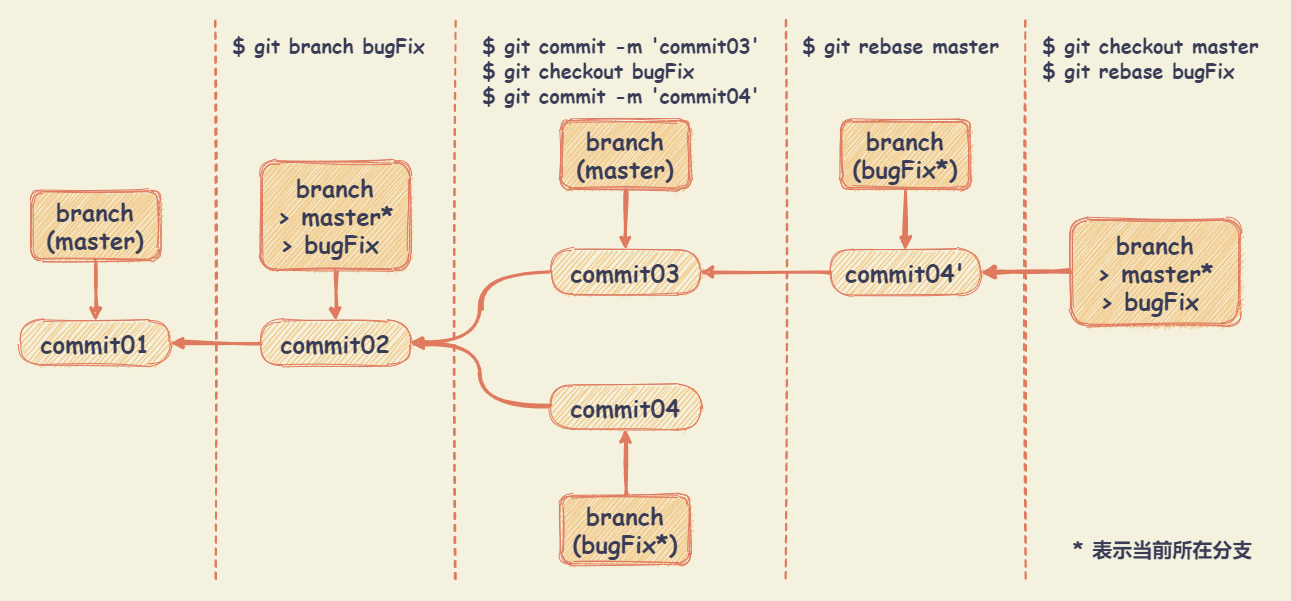
The draw.io diagram docs/git/files/images/gitrebase.drawio.png in lrh21g/blogs, before a commit. Source tidied: cells renumbered, new cells last; positions are measured from the earlier drawing's top-left corner, leaving out a move shared by most shapes. Source of this version:
```xml
<mxGraphModel background="#F4F1DE">
  <root>
    <mxCell id="0" />
    <mxCell id="1" parent="0" />
    <mxCell id="2" style="rounded=0;whiteSpace=wrap;html=1;sketch=1;fontSize=20;fontColor=#393C56;fillColor=none;strokeColor=none;" parent="1" vertex="1">
      <mxGeometry width="1290" height="600" as="geometry" />
    </mxCell>
    <mxCell id="3" value="commit01" style="whiteSpace=wrap;html=1;shadow=0;strokeColor=#E07A5F;fillColor=#F2CC8F;fontColor=#393C56;arcSize=50;fontFamily=Comic Sans MS;fontSize=24;fontStyle=1;sketch=1;rounded=1;" parent="1" vertex="1">
      <mxGeometry x="20" y="320" width="150" height="45" as="geometry" />
    </mxCell>
    <mxCell id="4" style="edgeStyle=orthogonalEdgeStyle;jettySize=auto;html=1;strokeColor=#E07A5F;fillColor=#F2CC8F;fontFamily=Comic Sans MS;fontSize=24;fontColor=#393C56;strokeWidth=3;labelBackgroundColor=#F4F1DE;sketch=1;curved=1;" parent="1" edge="1" source="5" target="3">
      <mxGeometry relative="1" as="geometry" />
    </mxCell>
    <mxCell id="5" value="commit02" style="whiteSpace=wrap;html=1;shadow=0;strokeColor=#E07A5F;fillColor=#F2CC8F;fontColor=#393C56;arcSize=50;fontFamily=Comic Sans MS;fontSize=24;fontStyle=1;sketch=1;rounded=1;" parent="1" vertex="1">
      <mxGeometry x="260" y="320" width="150" height="45" as="geometry" />
    </mxCell>
    <mxCell id="6" style="edgeStyle=orthogonalEdgeStyle;jettySize=auto;html=1;strokeColor=#E07A5F;strokeWidth=3;fillColor=#F2CC8F;fontFamily=Comic Sans MS;fontSize=24;fontColor=#393C56;entryX=1;entryY=0.5;entryDx=0;entryDy=0;labelBackgroundColor=#F4F1DE;sketch=1;curved=1;" parent="1" edge="1" source="7" target="5">
      <mxGeometry relative="1" as="geometry" />
    </mxCell>
    <mxCell id="7" value="commit03" style="whiteSpace=wrap;html=1;shadow=0;strokeColor=#E07A5F;fillColor=#F2CC8F;fontColor=#393C56;arcSize=50;fontFamily=Comic Sans MS;fontSize=24;fontStyle=1;sketch=1;rounded=1;" parent="1" vertex="1">
      <mxGeometry x="550" y="249" width="150" height="45" as="geometry" />
    </mxCell>
    <mxCell id="8" style="edgeStyle=orthogonalEdgeStyle;jettySize=auto;html=1;strokeColor=#E07A5F;strokeWidth=3;fillColor=#F2CC8F;fontFamily=Comic Sans MS;fontSize=24;fontColor=#393C56;labelBackgroundColor=#F4F1DE;sketch=1;curved=1;" parent="1" edge="1" source="9" target="5">
      <mxGeometry relative="1" as="geometry" />
    </mxCell>
    <mxCell id="9" value="branch&lt;br&gt;&amp;gt; master*&lt;br&gt;&amp;gt; bugFix&amp;nbsp;" style="shape=ext;double=1;whiteSpace=wrap;html=1;shadow=0;strokeColor=#E07A5F;fillColor=#F2CC8F;fontFamily=Comic Sans MS;fontSize=24;fontColor=#393C56;fontStyle=1;sketch=1;rounded=1;" parent="1" vertex="1">
      <mxGeometry x="260" y="160" width="150" height="110" as="geometry" />
    </mxCell>
    <mxCell id="10" style="edgeStyle=orthogonalEdgeStyle;jettySize=auto;html=1;strokeColor=#E07A5F;strokeWidth=3;fillColor=#F2CC8F;fontFamily=Comic Sans MS;fontSize=24;fontColor=#393C56;entryX=1;entryY=0.5;entryDx=0;entryDy=0;labelBackgroundColor=#F4F1DE;sketch=1;curved=1;" parent="1" edge="1" source="11" target="5">
      <mxGeometry relative="1" as="geometry" />
    </mxCell>
    <mxCell id="11" value="commit04" style="whiteSpace=wrap;html=1;shadow=0;strokeColor=#E07A5F;fillColor=#F2CC8F;fontColor=#393C56;arcSize=50;fontFamily=Comic Sans MS;fontSize=24;fontStyle=1;sketch=1;rounded=1;" parent="1" vertex="1">
      <mxGeometry x="550" y="384" width="150" height="45" as="geometry" />
    </mxCell>
    <mxCell id="12" style="edgeStyle=orthogonalEdgeStyle;jettySize=auto;html=1;strokeColor=#E07A5F;strokeWidth=3;fillColor=#F2CC8F;fontFamily=Comic Sans MS;fontSize=24;fontColor=#393C56;labelBackgroundColor=#F4F1DE;sketch=1;curved=1;" parent="1" edge="1" source="13" target="7">
      <mxGeometry relative="1" as="geometry" />
    </mxCell>
    <mxCell id="13" value="branch&lt;br&gt;(master)" style="shape=ext;double=1;whiteSpace=wrap;html=1;shadow=0;strokeColor=#E07A5F;fillColor=#F2CC8F;fontFamily=Comic Sans MS;fontSize=24;fontColor=#393C56;fontStyle=1;sketch=1;rounded=1;" parent="1" vertex="1">
      <mxGeometry x="560" y="119" width="130" height="70" as="geometry" />
    </mxCell>
    <mxCell id="14" style="edgeStyle=orthogonalEdgeStyle;jettySize=auto;html=1;strokeColor=#E07A5F;strokeWidth=3;fillColor=#F2CC8F;fontFamily=Comic Sans MS;fontSize=24;fontColor=#393C56;labelBackgroundColor=#F4F1DE;sketch=1;curved=1;" parent="1" edge="1" source="15" target="11">
      <mxGeometry relative="1" as="geometry" />
    </mxCell>
    <mxCell id="15" value="branch&lt;br&gt;(bugFix*)" style="shape=ext;double=1;whiteSpace=wrap;html=1;shadow=0;strokeColor=#E07A5F;fillColor=#F2CC8F;fontFamily=Comic Sans MS;fontSize=24;fontColor=#393C56;fontStyle=1;sketch=1;rounded=1;" parent="1" vertex="1">
      <mxGeometry x="560" y="494" width="130" height="70" as="geometry" />
    </mxCell>
    <mxCell id="16" style="edgeStyle=orthogonalEdgeStyle;jettySize=auto;html=1;strokeColor=#E07A5F;strokeWidth=3;fillColor=#F2CC8F;fontFamily=Comic Sans MS;fontSize=24;fontColor=#393C56;entryX=1;entryY=0.5;entryDx=0;entryDy=0;labelBackgroundColor=#F4F1DE;sketch=1;curved=1;" parent="1" edge="1" source="17" target="7">
      <mxGeometry relative="1" as="geometry" />
    </mxCell>
    <mxCell id="17" value="commit04'" style="whiteSpace=wrap;html=1;shadow=0;strokeColor=#E07A5F;fillColor=#F2CC8F;fontColor=#393C56;arcSize=50;fontFamily=Comic Sans MS;fontSize=24;fontStyle=1;sketch=1;rounded=1;" parent="1" vertex="1">
      <mxGeometry x="830" y="249" width="150" height="45" as="geometry" />
    </mxCell>
    <mxCell id="18" style="edgeStyle=orthogonalEdgeStyle;jettySize=auto;html=1;strokeColor=#E07A5F;strokeWidth=3;fillColor=#F2CC8F;fontFamily=Comic Sans MS;fontSize=24;fontColor=#393C56;labelBackgroundColor=none;sketch=1;curved=1;" parent="1" edge="1" source="20" target="17">
      <mxGeometry relative="1" as="geometry" />
    </mxCell>
    <mxCell id="19" style="edgeStyle=orthogonalEdgeStyle;curved=1;rounded=1;sketch=1;jettySize=auto;html=1;strokeColor=#E07A5F;fillColor=#F2CC8F;fontSize=20;fontColor=#393C56;" parent="1" edge="1" source="20" target="17">
      <mxGeometry relative="1" as="geometry" />
    </mxCell>
    <mxCell id="20" value="branch&lt;br&gt;(bugFix*)" style="shape=ext;double=1;whiteSpace=wrap;html=1;shadow=0;strokeColor=#E07A5F;fillColor=#F2CC8F;fontFamily=Comic Sans MS;fontSize=24;fontColor=#393C56;fontStyle=1;sketch=1;rounded=1;" parent="1" vertex="1">
      <mxGeometry x="840" y="119" width="130" height="70" as="geometry" />
    </mxCell>
    <mxCell id="21" style="edgeStyle=orthogonalEdgeStyle;curved=1;rounded=1;sketch=1;jettySize=auto;html=1;strokeColor=#E07A5F;strokeWidth=4;fillColor=#F2CC8F;fontSize=20;fontColor=#393C56;entryX=1;entryY=0.5;entryDx=0;entryDy=0;" parent="1" edge="1" source="22" target="17">
      <mxGeometry relative="1" as="geometry" />
    </mxCell>
    <mxCell id="22" value="branch&lt;br&gt;&amp;gt; master*&lt;br&gt;&amp;gt; bugFix&amp;nbsp;" style="shape=ext;double=1;whiteSpace=wrap;html=1;shadow=0;strokeColor=#E07A5F;fillColor=#F2CC8F;fontFamily=Comic Sans MS;fontSize=24;fontColor=#393C56;fontStyle=1;sketch=1;rounded=1;" parent="1" vertex="1">
      <mxGeometry x="1070" y="218.2" width="170" height="106.5" as="geometry" />
    </mxCell>
    <mxCell id="23" style="line;strokeWidth=2;direction=south;html=1;fillColor=#F2CC8F;fontColor=#393C56;strokeColor=#E07A5F;dashed=1;labelBackgroundColor=#F4F1DE;sketch=1;rounded=1;" parent="1" vertex="1">
      <mxGeometry x="210" y="20" width="10" height="560" as="geometry" />
    </mxCell>
    <mxCell id="24" style="line;strokeWidth=2;direction=south;html=1;fillColor=#F2CC8F;fontColor=#393C56;strokeColor=#E07A5F;dashed=1;labelBackgroundColor=#F4F1DE;sketch=1;rounded=1;" parent="1" vertex="1">
      <mxGeometry x="450" y="20" width="10" height="560" as="geometry" />
    </mxCell>
    <mxCell id="25" style="line;strokeWidth=2;direction=south;html=1;fillColor=#F2CC8F;fontColor=#393C56;strokeColor=#E07A5F;dashed=1;labelBackgroundColor=#F4F1DE;sketch=1;rounded=1;" parent="1" vertex="1">
      <mxGeometry x="780" y="20" width="10" height="560" as="geometry" />
    </mxCell>
    <mxCell id="26" value="&lt;font face=&quot;Comic Sans MS&quot; style=&quot;font-size: 20px&quot;&gt;&lt;b style=&quot;font-size: 20px&quot;&gt;$ git commit -m 'commit03'&lt;br style=&quot;font-size: 20px&quot;&gt;$ git checkout bugFix&lt;br style=&quot;font-size: 20px&quot;&gt;$ git commit -m 'commit04'&lt;br style=&quot;font-size: 20px&quot;&gt;&lt;/b&gt;&lt;/font&gt;" style="text;html=1;align=left;verticalAlign=middle;fillColor=none;strokeColor=none;dashed=1;fontColor=#393C56;fontSize=20;sketch=1;rounded=1;" parent="1" vertex="1">
      <mxGeometry x="480" y="30" width="290" height="80" as="geometry" />
    </mxCell>
    <mxCell id="27" value="&lt;font face=&quot;Comic Sans MS&quot; style=&quot;font-size: 20px&quot;&gt;&lt;b style=&quot;font-size: 20px&quot;&gt;$ git rebase master&lt;br&gt;&lt;br&gt;&lt;br style=&quot;font-size: 20px&quot;&gt;&lt;/b&gt;&lt;/font&gt;" style="text;html=1;align=left;verticalAlign=middle;fillColor=none;strokeColor=none;dashed=1;fontColor=#393C56;fontSize=20;sketch=1;rounded=1;" parent="1" vertex="1">
      <mxGeometry x="800" y="30" width="210" height="80" as="geometry" />
    </mxCell>
    <mxCell id="28" style="line;strokeWidth=2;direction=south;html=1;fillColor=#F2CC8F;fontColor=#393C56;strokeColor=#E07A5F;dashed=1;labelBackgroundColor=#F4F1DE;sketch=1;rounded=1;" parent="1" vertex="1">
      <mxGeometry x="1020" y="20" width="10" height="560" as="geometry" />
    </mxCell>
    <mxCell id="29" value="&lt;font face=&quot;Comic Sans MS&quot; style=&quot;font-size: 20px&quot;&gt;&lt;b style=&quot;font-size: 20px&quot;&gt;$ git checkout master&lt;br&gt;$ git rebase bugFix&lt;br&gt;&lt;br style=&quot;font-size: 20px&quot;&gt;&lt;/b&gt;&lt;/font&gt;" style="text;html=1;align=left;verticalAlign=middle;fillColor=none;strokeColor=none;dashed=1;fontColor=#393C56;fontSize=20;sketch=1;rounded=1;" parent="1" vertex="1">
      <mxGeometry x="1040" y="30" width="230" height="80" as="geometry" />
    </mxCell>
    <mxCell id="30" value="&lt;div style=&quot;text-align: right&quot;&gt;&lt;b style=&quot;font-family: &amp;#34;comic sans ms&amp;#34;&quot;&gt;* 表示当前所在分支&lt;/b&gt;&lt;/div&gt;" style="text;html=1;align=left;verticalAlign=middle;fillColor=none;strokeColor=none;dashed=1;fontColor=#393C56;fontSize=20;sketch=1;rounded=1;" parent="1" vertex="1">
      <mxGeometry x="1071" y="534" width="190" height="30" as="geometry" />
    </mxCell>
    <mxCell id="31" value="&lt;font face=&quot;Comic Sans MS&quot; style=&quot;font-size: 20px&quot;&gt;&lt;b style=&quot;font-size: 20px&quot;&gt;$ git branch bugFix&lt;br style=&quot;font-size: 20px&quot;&gt;&lt;br&gt;&lt;br style=&quot;font-size: 20px&quot;&gt;&lt;/b&gt;&lt;/font&gt;" style="text;html=1;align=left;verticalAlign=middle;fillColor=none;strokeColor=none;dashed=1;fontColor=#393C56;fontSize=20;sketch=1;rounded=1;" parent="1" vertex="1">
      <mxGeometry x="230" y="30" width="210" height="80" as="geometry" />
    </mxCell>
    <mxCell id="32" style="edgeStyle=orthogonalEdgeStyle;jettySize=auto;html=1;strokeColor=#E07A5F;strokeWidth=3;fillColor=#F2CC8F;fontFamily=Comic Sans MS;fontSize=24;fontColor=#393C56;labelBackgroundColor=#F4F1DE;sketch=1;curved=1;" parent="1" edge="1" source="33">
      <mxGeometry relative="1" as="geometry">
        <mxPoint x="95" y="320" as="targetPoint" />
      </mxGeometry>
    </mxCell>
    <mxCell id="33" value="branch&lt;br&gt;(master)" style="shape=ext;double=1;whiteSpace=wrap;html=1;shadow=0;strokeColor=#E07A5F;fillColor=#F2CC8F;fontFamily=Comic Sans MS;fontSize=24;fontColor=#393C56;fontStyle=1;sketch=1;rounded=1;" parent="1" vertex="1">
      <mxGeometry x="30" y="190" width="130" height="70" as="geometry" />
    </mxCell>
  </root>
</mxGraphModel>
```
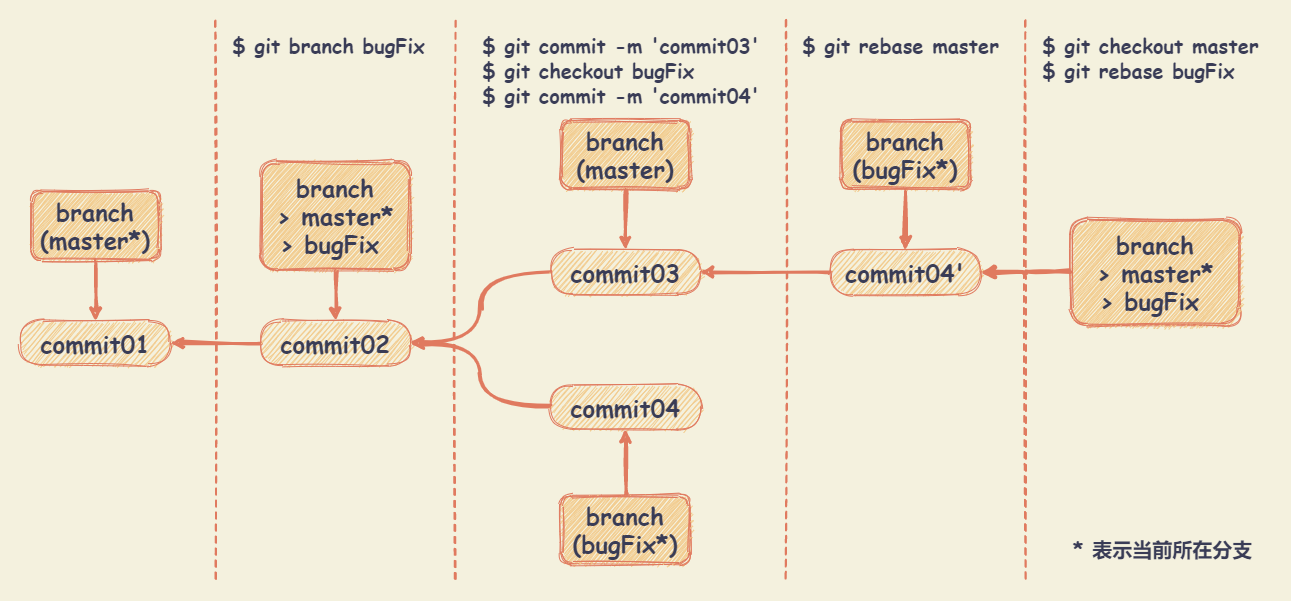
After the change.

The edit, as a diff of the source:
```diff
@@ -97,7 +97,7 @@
         <mxPoint x="95" y="320" as="targetPoint" />
       </mxGeometry>
     </mxCell>
-    <mxCell id="33" value="branch&lt;br&gt;(master)" style="shape=ext;double=1;whiteSpace=wrap;html=1;shadow=0;strokeColor=#E07A5F;fillColor=#F2CC8F;fontFamily=Comic Sans MS;fontSize=24;fontColor=#393C56;fontStyle=1;sketch=1;rounded=1;" parent="1" vertex="1">
+    <mxCell id="33" value="branch&lt;br&gt;(master*)" style="shape=ext;double=1;whiteSpace=wrap;html=1;shadow=0;strokeColor=#E07A5F;fillColor=#F2CC8F;fontFamily=Comic Sans MS;fontSize=24;fontColor=#393C56;fontStyle=1;sketch=1;rounded=1;" parent="1" vertex="1">
       <mxGeometry x="30" y="190" width="130" height="70" as="geometry" />
     </mxCell>
   </root>
```
